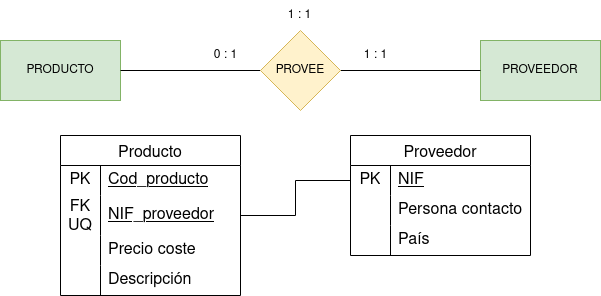
IsaiasTolP/Base-Datos keeps this draw.io diagram as Unidad-2/Modelo-MR/Entregables/entregable-1/images/entregable-1-MR.drawio.png. Above is the earlier version. Source tidied: cells renumbered, new cells last; positions are measured from the earlier drawing's top-left corner, leaving out a move shared by most shapes.
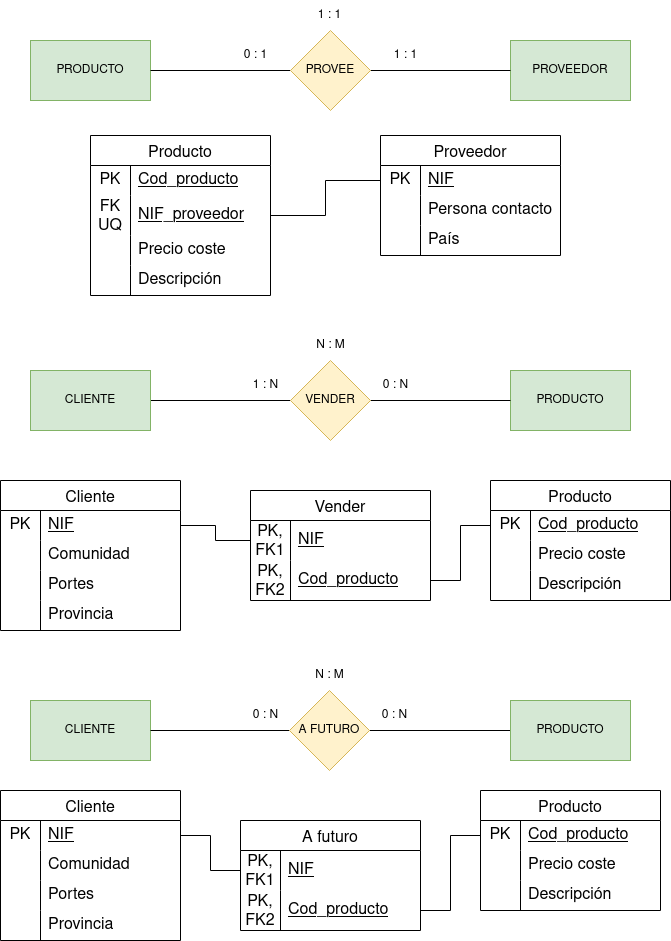
Later version of the same file.

The edit, as a diff of the source:
```diff
@@ -98,5 +98,245 @@
     <mxCell id="33" style="edgeStyle=orthogonalEdgeStyle;rounded=0;jettySize=auto;html=1;exitX=0;exitY=0.5;exitDx=0;exitDy=0;entryX=1;entryY=0.5;entryDx=0;entryDy=0;endArrow=none;endFill=0;" parent="1" edge="1" source="24" target="6">
       <mxGeometry relative="1" as="geometry" />
     </mxCell>
+    <mxCell id="34" style="edgeStyle=orthogonalEdgeStyle;rounded=0;jettySize=auto;html=1;entryX=0;entryY=0.5;entryDx=0;entryDy=0;endArrow=none;endFill=0;" parent="1" edge="1" source="35" target="38">
+      <mxGeometry relative="1" as="geometry" />
+    </mxCell>
+    <mxCell id="35" value="CLIENTE" style="rounded=0;whiteSpace=wrap;html=1;fillColor=#d5e8d4;strokeColor=#82b366;" parent="1" vertex="1">
+      <mxGeometry y="370" width="120" height="60" as="geometry" />
+    </mxCell>
+    <mxCell id="36" value="PRODUCTO" style="rounded=0;whiteSpace=wrap;html=1;fillColor=#d5e8d4;strokeColor=#82b366;" parent="1" vertex="1">
+      <mxGeometry x="480" y="370" width="120" height="60" as="geometry" />
+    </mxCell>
+    <mxCell id="37" style="edgeStyle=orthogonalEdgeStyle;rounded=0;jettySize=auto;html=1;entryX=0;entryY=0.5;entryDx=0;entryDy=0;endArrow=none;endFill=0;" parent="1" edge="1" source="38" target="36">
+      <mxGeometry relative="1" as="geometry" />
+    </mxCell>
+    <mxCell id="38" value="VENDER" style="rhombus;whiteSpace=wrap;html=1;fillColor=#fff2cc;strokeColor=#d6b656;" parent="1" vertex="1">
+      <mxGeometry x="260" y="360" width="80" height="80" as="geometry" />
+    </mxCell>
+    <mxCell id="39" value="1 : N" style="text;html=1;align=center;verticalAlign=middle;strokeColor=none;fillColor=none;" parent="1" vertex="1">
+      <mxGeometry x="210" y="370" width="50" height="30" as="geometry" />
+    </mxCell>
+    <mxCell id="40" value="0 : N" style="text;html=1;align=center;verticalAlign=middle;strokeColor=none;fillColor=none;" parent="1" vertex="1">
+      <mxGeometry x="340" y="370" width="50" height="30" as="geometry" />
+    </mxCell>
+    <mxCell id="41" value="N : M" style="text;html=1;align=center;verticalAlign=middle;strokeColor=none;fillColor=none;" parent="1" vertex="1">
+      <mxGeometry x="275" y="330" width="50" height="30" as="geometry" />
+    </mxCell>
+    <mxCell id="42" value="Cliente" style="shape=table;startSize=30;rowLines=0;fontStyle=0;strokeColor=default;fontSize=16;" parent="1" vertex="1">
+      <mxGeometry x="-30" y="480" width="180" height="150" as="geometry" />
+    </mxCell>
+    <mxCell id="43" style="shape=tableRow;horizontal=0;startSize=0;swimlaneHead=0;swimlaneBody=0;top=0;left=0;bottom=0;right=0;fillColor=none;points=[[0,0.5],[1,0.5]];portConstraint=eastwest;strokeColor=inherit;fontSize=16;" parent="42" vertex="1">
+      <mxGeometry y="30" width="180" height="30" as="geometry" />
+    </mxCell>
+    <mxCell id="44" value="PK" style="shape=partialRectangle;html=1;whiteSpace=wrap;fillColor=none;top=0;left=0;bottom=0;right=0;overflow=hidden;strokeColor=inherit;fontSize=16;" parent="43" vertex="1">
+      <mxGeometry width="40" height="30" as="geometry" />
+    </mxCell>
+    <mxCell id="45" value="NIF" style="shape=partialRectangle;html=1;whiteSpace=wrap;fillColor=none;top=0;left=0;bottom=0;right=0;align=left;spacingLeft=6;overflow=hidden;strokeColor=inherit;fontSize=16;fontStyle=4;" parent="43" vertex="1">
+      <mxGeometry x="40" width="140" height="30" as="geometry" />
+    </mxCell>
+    <mxCell id="46" style="shape=tableRow;horizontal=0;startSize=0;swimlaneHead=0;swimlaneBody=0;top=0;left=0;bottom=0;right=0;fillColor=none;strokeColor=inherit;fontSize=16;" parent="42" vertex="1">
+      <mxGeometry y="60" width="180" height="30" as="geometry" />
+    </mxCell>
+    <mxCell id="47" style="shape=partialRectangle;html=1;whiteSpace=wrap;fillColor=none;top=0;left=0;bottom=0;right=0;overflow=hidden;strokeColor=inherit;fontSize=16;" parent="46" vertex="1">
+      <mxGeometry width="40" height="30" as="geometry" />
+    </mxCell>
+    <mxCell id="48" value="Comunidad" style="shape=partialRectangle;html=1;whiteSpace=wrap;fillColor=none;top=0;left=0;bottom=0;right=0;align=left;spacingLeft=6;overflow=hidden;strokeColor=inherit;fontSize=16;" parent="46" vertex="1">
+      <mxGeometry x="40" width="140" height="30" as="geometry" />
+    </mxCell>
+    <mxCell id="49" style="shape=tableRow;horizontal=0;startSize=0;swimlaneHead=0;swimlaneBody=0;top=0;left=0;bottom=0;right=0;fillColor=none;strokeColor=inherit;fontSize=16;" parent="42" vertex="1">
+      <mxGeometry y="90" width="180" height="30" as="geometry" />
+    </mxCell>
+    <mxCell id="50" style="shape=partialRectangle;html=1;whiteSpace=wrap;fillColor=none;top=0;left=0;bottom=0;right=0;overflow=hidden;strokeColor=inherit;fontSize=16;" parent="49" vertex="1">
+      <mxGeometry width="40" height="30" as="geometry" />
+    </mxCell>
+    <mxCell id="51" value="Portes" style="shape=partialRectangle;html=1;whiteSpace=wrap;fillColor=none;top=0;left=0;bottom=0;right=0;align=left;spacingLeft=6;overflow=hidden;strokeColor=inherit;fontSize=16;" parent="49" vertex="1">
+      <mxGeometry x="40" width="140" height="30" as="geometry" />
+    </mxCell>
+    <mxCell id="52" style="shape=tableRow;horizontal=0;startSize=0;swimlaneHead=0;swimlaneBody=0;top=0;left=0;bottom=0;right=0;fillColor=none;strokeColor=inherit;fontSize=16;" parent="42" vertex="1">
+      <mxGeometry y="120" width="180" height="30" as="geometry" />
+    </mxCell>
+    <mxCell id="53" style="shape=partialRectangle;html=1;whiteSpace=wrap;fillColor=none;top=0;left=0;bottom=0;right=0;overflow=hidden;strokeColor=inherit;fontSize=16;" parent="52" vertex="1">
+      <mxGeometry width="40" height="30" as="geometry" />
+    </mxCell>
+    <mxCell id="54" value="Provincia" style="shape=partialRectangle;html=1;whiteSpace=wrap;fillColor=none;top=0;left=0;bottom=0;right=0;align=left;spacingLeft=6;overflow=hidden;strokeColor=inherit;fontSize=16;" parent="52" vertex="1">
+      <mxGeometry x="40" width="140" height="30" as="geometry" />
+    </mxCell>
+    <mxCell id="55" value="Producto" style="shape=table;startSize=30;rowLines=0;fontStyle=0;strokeColor=default;fontSize=16;" parent="1" vertex="1">
+      <mxGeometry x="460" y="480" width="180" height="120" as="geometry" />
+    </mxCell>
+    <mxCell id="56" style="shape=tableRow;horizontal=0;startSize=0;swimlaneHead=0;swimlaneBody=0;top=0;left=0;bottom=0;right=0;fillColor=none;points=[[0,0.5],[1,0.5]];portConstraint=eastwest;strokeColor=inherit;fontSize=16;" parent="55" vertex="1">
+      <mxGeometry y="30" width="180" height="30" as="geometry" />
+    </mxCell>
+    <mxCell id="57" value="PK" style="shape=partialRectangle;html=1;whiteSpace=wrap;fillColor=none;top=0;left=0;bottom=0;right=0;overflow=hidden;strokeColor=inherit;fontSize=16;" parent="56" vertex="1">
+      <mxGeometry width="40" height="30" as="geometry" />
+    </mxCell>
+    <mxCell id="58" value="Cod_producto" style="shape=partialRectangle;html=1;whiteSpace=wrap;fillColor=none;top=0;left=0;bottom=0;right=0;align=left;spacingLeft=6;overflow=hidden;strokeColor=inherit;fontSize=16;fontStyle=4;" parent="56" vertex="1">
+      <mxGeometry x="40" width="140" height="30" as="geometry" />
+    </mxCell>
+    <mxCell id="59" style="shape=tableRow;horizontal=0;startSize=0;swimlaneHead=0;swimlaneBody=0;top=0;left=0;bottom=0;right=0;fillColor=none;strokeColor=inherit;fontSize=16;" parent="55" vertex="1">
+      <mxGeometry y="60" width="180" height="30" as="geometry" />
+    </mxCell>
+    <mxCell id="60" style="shape=partialRectangle;html=1;whiteSpace=wrap;fillColor=none;top=0;left=0;bottom=0;right=0;overflow=hidden;strokeColor=inherit;fontSize=16;" parent="59" vertex="1">
+      <mxGeometry width="40" height="30" as="geometry" />
+    </mxCell>
+    <mxCell id="61" value="Precio coste" style="shape=partialRectangle;html=1;whiteSpace=wrap;fillColor=none;top=0;left=0;bottom=0;right=0;align=left;spacingLeft=6;overflow=hidden;strokeColor=inherit;fontSize=16;" parent="59" vertex="1">
+      <mxGeometry x="40" width="140" height="30" as="geometry" />
+    </mxCell>
+    <mxCell id="62" style="shape=tableRow;horizontal=0;startSize=0;swimlaneHead=0;swimlaneBody=0;top=0;left=0;bottom=0;right=0;fillColor=none;strokeColor=inherit;fontSize=16;" parent="55" vertex="1">
+      <mxGeometry y="90" width="180" height="30" as="geometry" />
+    </mxCell>
+    <mxCell id="63" style="shape=partialRectangle;html=1;whiteSpace=wrap;fillColor=none;top=0;left=0;bottom=0;right=0;overflow=hidden;strokeColor=inherit;fontSize=16;" parent="62" vertex="1">
+      <mxGeometry width="40" height="30" as="geometry" />
+    </mxCell>
+    <mxCell id="64" value="Descripción" style="shape=partialRectangle;html=1;whiteSpace=wrap;fillColor=none;top=0;left=0;bottom=0;right=0;align=left;spacingLeft=6;overflow=hidden;strokeColor=inherit;fontSize=16;" parent="62" vertex="1">
+      <mxGeometry x="40" width="140" height="30" as="geometry" />
+    </mxCell>
+    <mxCell id="65" style="edgeStyle=orthogonalEdgeStyle;rounded=0;jettySize=auto;html=1;exitX=1;exitY=0.5;exitDx=0;exitDy=0;entryX=0;entryY=0.5;entryDx=0;entryDy=0;endArrow=none;endFill=0;" parent="1" edge="1" source="43" target="67">
+      <mxGeometry relative="1" as="geometry" />
+    </mxCell>
+    <mxCell id="66" value="Vender" style="shape=table;startSize=30;rowLines=0;fontStyle=0;strokeColor=default;fontSize=16;" parent="1" vertex="1">
+      <mxGeometry x="220" y="490" width="180" height="110" as="geometry" />
+    </mxCell>
+    <mxCell id="67" style="shape=tableRow;horizontal=0;startSize=0;swimlaneHead=0;swimlaneBody=0;top=0;left=0;bottom=0;right=0;fillColor=none;points=[[0,0.5],[1,0.5]];portConstraint=eastwest;strokeColor=inherit;fontSize=16;" parent="66" vertex="1">
+      <mxGeometry y="30" width="180" height="40" as="geometry" />
+    </mxCell>
+    <mxCell id="68" value="PK, FK1" style="shape=partialRectangle;html=1;whiteSpace=wrap;fillColor=none;top=0;left=0;bottom=0;right=0;overflow=hidden;strokeColor=inherit;fontSize=16;" parent="67" vertex="1">
+      <mxGeometry width="40" height="40" as="geometry" />
+    </mxCell>
+    <mxCell id="69" value="NIF" style="shape=partialRectangle;html=1;whiteSpace=wrap;fillColor=none;top=0;left=0;bottom=0;right=0;align=left;spacingLeft=6;overflow=hidden;strokeColor=inherit;fontSize=16;fontStyle=4;" parent="67" vertex="1">
+      <mxGeometry x="40" width="140" height="40" as="geometry" />
+    </mxCell>
+    <mxCell id="70" style="shape=tableRow;horizontal=0;startSize=0;swimlaneHead=0;swimlaneBody=0;top=0;left=0;bottom=0;right=0;fillColor=none;points=[[0,0.5],[1,0.5]];portConstraint=eastwest;strokeColor=inherit;fontSize=16;" parent="66" vertex="1">
+      <mxGeometry y="70" width="180" height="40" as="geometry" />
+    </mxCell>
+    <mxCell id="71" value="PK, FK2" style="shape=partialRectangle;html=1;whiteSpace=wrap;fillColor=none;top=0;left=0;bottom=0;right=0;overflow=hidden;strokeColor=inherit;fontSize=16;" parent="70" vertex="1">
+      <mxGeometry width="40" height="40" as="geometry" />
+    </mxCell>
+    <mxCell id="72" value="Cod_producto" style="shape=partialRectangle;html=1;whiteSpace=wrap;fillColor=none;top=0;left=0;bottom=0;right=0;align=left;spacingLeft=6;overflow=hidden;strokeColor=inherit;fontSize=16;fontStyle=4;" parent="70" vertex="1">
+      <mxGeometry x="40" width="140" height="40" as="geometry" />
+    </mxCell>
+    <mxCell id="73" value="CLIENTE" style="rounded=0;whiteSpace=wrap;html=1;fillColor=#d5e8d4;strokeColor=#82b366;" parent="1" vertex="1">
+      <mxGeometry y="700" width="120" height="60" as="geometry" />
+    </mxCell>
+    <mxCell id="74" style="edgeStyle=orthogonalEdgeStyle;rounded=0;jettySize=auto;html=1;exitX=0;exitY=0.5;exitDx=0;exitDy=0;entryX=1;entryY=0.5;entryDx=0;entryDy=0;endArrow=none;endFill=0;" parent="1" edge="1" source="76" target="73">
+      <mxGeometry relative="1" as="geometry" />
+    </mxCell>
+    <mxCell id="75" style="edgeStyle=orthogonalEdgeStyle;rounded=0;jettySize=auto;html=1;exitX=1;exitY=0.5;exitDx=0;exitDy=0;entryX=0;entryY=0.5;entryDx=0;entryDy=0;endArrow=none;endFill=0;" parent="1" edge="1" source="76" target="77">
+      <mxGeometry relative="1" as="geometry" />
+    </mxCell>
+    <mxCell id="76" value="A FUTURO" style="rhombus;whiteSpace=wrap;html=1;fillColor=#fff2cc;strokeColor=#d6b656;" parent="1" vertex="1">
+      <mxGeometry x="259" y="690" width="80" height="80" as="geometry" />
+    </mxCell>
+    <mxCell id="77" value="PRODUCTO" style="rounded=0;whiteSpace=wrap;html=1;fillColor=#d5e8d4;strokeColor=#82b366;" parent="1" vertex="1">
+      <mxGeometry x="480" y="700" width="120" height="60" as="geometry" />
+    </mxCell>
+    <mxCell id="78" value="0 : N" style="text;html=1;align=center;verticalAlign=middle;strokeColor=none;fillColor=none;" parent="1" vertex="1">
+      <mxGeometry x="210" y="700" width="50" height="30" as="geometry" />
+    </mxCell>
+    <mxCell id="79" value="0 : N" style="text;html=1;align=center;verticalAlign=middle;strokeColor=none;fillColor=none;" parent="1" vertex="1">
+      <mxGeometry x="339" y="700" width="50" height="30" as="geometry" />
+    </mxCell>
+    <mxCell id="80" value="N : M" style="text;html=1;align=center;verticalAlign=middle;strokeColor=none;fillColor=none;" parent="1" vertex="1">
+      <mxGeometry x="274" y="660" width="50" height="30" as="geometry" />
+    </mxCell>
+    <mxCell id="81" value="Cliente" style="shape=table;startSize=30;rowLines=0;fontStyle=0;strokeColor=default;fontSize=16;" parent="1" vertex="1">
+      <mxGeometry x="-30" y="790" width="180" height="150" as="geometry" />
+    </mxCell>
+    <mxCell id="82" style="shape=tableRow;horizontal=0;startSize=0;swimlaneHead=0;swimlaneBody=0;top=0;left=0;bottom=0;right=0;fillColor=none;points=[[0,0.5],[1,0.5]];portConstraint=eastwest;strokeColor=inherit;fontSize=16;" parent="81" vertex="1">
+      <mxGeometry y="30" width="180" height="30" as="geometry" />
+    </mxCell>
+    <mxCell id="83" value="PK" style="shape=partialRectangle;html=1;whiteSpace=wrap;fillColor=none;top=0;left=0;bottom=0;right=0;overflow=hidden;strokeColor=inherit;fontSize=16;" parent="82" vertex="1">
+      <mxGeometry width="40" height="30" as="geometry" />
+    </mxCell>
+    <mxCell id="84" value="NIF" style="shape=partialRectangle;html=1;whiteSpace=wrap;fillColor=none;top=0;left=0;bottom=0;right=0;align=left;spacingLeft=6;overflow=hidden;strokeColor=inherit;fontSize=16;fontStyle=4;" parent="82" vertex="1">
+      <mxGeometry x="40" width="140" height="30" as="geometry" />
+    </mxCell>
+    <mxCell id="85" style="shape=tableRow;horizontal=0;startSize=0;swimlaneHead=0;swimlaneBody=0;top=0;left=0;bottom=0;right=0;fillColor=none;strokeColor=inherit;fontSize=16;" parent="81" vertex="1">
+      <mxGeometry y="60" width="180" height="30" as="geometry" />
+    </mxCell>
+    <mxCell id="86" style="shape=partialRectangle;html=1;whiteSpace=wrap;fillColor=none;top=0;left=0;bottom=0;right=0;overflow=hidden;strokeColor=inherit;fontSize=16;" parent="85" vertex="1">
+      <mxGeometry width="40" height="30" as="geometry" />
+    </mxCell>
+    <mxCell id="87" value="Comunidad" style="shape=partialRectangle;html=1;whiteSpace=wrap;fillColor=none;top=0;left=0;bottom=0;right=0;align=left;spacingLeft=6;overflow=hidden;strokeColor=inherit;fontSize=16;" parent="85" vertex="1">
+      <mxGeometry x="40" width="140" height="30" as="geometry" />
+    </mxCell>
+    <mxCell id="88" style="shape=tableRow;horizontal=0;startSize=0;swimlaneHead=0;swimlaneBody=0;top=0;left=0;bottom=0;right=0;fillColor=none;strokeColor=inherit;fontSize=16;" parent="81" vertex="1">
+      <mxGeometry y="90" width="180" height="30" as="geometry" />
+    </mxCell>
+    <mxCell id="89" style="shape=partialRectangle;html=1;whiteSpace=wrap;fillColor=none;top=0;left=0;bottom=0;right=0;overflow=hidden;strokeColor=inherit;fontSize=16;" parent="88" vertex="1">
+      <mxGeometry width="40" height="30" as="geometry" />
+    </mxCell>
+    <mxCell id="90" value="Portes" style="shape=partialRectangle;html=1;whiteSpace=wrap;fillColor=none;top=0;left=0;bottom=0;right=0;align=left;spacingLeft=6;overflow=hidden;strokeColor=inherit;fontSize=16;" parent="88" vertex="1">
+      <mxGeometry x="40" width="140" height="30" as="geometry" />
+    </mxCell>
+    <mxCell id="91" style="shape=tableRow;horizontal=0;startSize=0;swimlaneHead=0;swimlaneBody=0;top=0;left=0;bottom=0;right=0;fillColor=none;strokeColor=inherit;fontSize=16;" parent="81" vertex="1">
+      <mxGeometry y="120" width="180" height="30" as="geometry" />
+    </mxCell>
+    <mxCell id="92" style="shape=partialRectangle;html=1;whiteSpace=wrap;fillColor=none;top=0;left=0;bottom=0;right=0;overflow=hidden;strokeColor=inherit;fontSize=16;" parent="91" vertex="1">
+      <mxGeometry width="40" height="30" as="geometry" />
+    </mxCell>
+    <mxCell id="93" value="Provincia" style="shape=partialRectangle;html=1;whiteSpace=wrap;fillColor=none;top=0;left=0;bottom=0;right=0;align=left;spacingLeft=6;overflow=hidden;strokeColor=inherit;fontSize=16;" parent="91" vertex="1">
+      <mxGeometry x="40" width="140" height="30" as="geometry" />
+    </mxCell>
+    <mxCell id="94" value="Producto" style="shape=table;startSize=30;rowLines=0;fontStyle=0;strokeColor=default;fontSize=16;" parent="1" vertex="1">
+      <mxGeometry x="450" y="790" width="180" height="120" as="geometry" />
+    </mxCell>
+    <mxCell id="95" style="shape=tableRow;horizontal=0;startSize=0;swimlaneHead=0;swimlaneBody=0;top=0;left=0;bottom=0;right=0;fillColor=none;points=[[0,0.5],[1,0.5]];portConstraint=eastwest;strokeColor=inherit;fontSize=16;" parent="94" vertex="1">
+      <mxGeometry y="30" width="180" height="30" as="geometry" />
+    </mxCell>
+    <mxCell id="96" value="PK" style="shape=partialRectangle;html=1;whiteSpace=wrap;fillColor=none;top=0;left=0;bottom=0;right=0;overflow=hidden;strokeColor=inherit;fontSize=16;" parent="95" vertex="1">
+      <mxGeometry width="40" height="30" as="geometry" />
+    </mxCell>
+    <mxCell id="97" value="&lt;u&gt;Cod_producto&lt;/u&gt;" style="shape=partialRectangle;html=1;whiteSpace=wrap;fillColor=none;top=0;left=0;bottom=0;right=0;align=left;spacingLeft=6;overflow=hidden;strokeColor=inherit;fontSize=16;" parent="95" vertex="1">
+      <mxGeometry x="40" width="140" height="30" as="geometry" />
+    </mxCell>
+    <mxCell id="98" style="shape=tableRow;horizontal=0;startSize=0;swimlaneHead=0;swimlaneBody=0;top=0;left=0;bottom=0;right=0;fillColor=none;strokeColor=inherit;fontSize=16;" parent="94" vertex="1">
+      <mxGeometry y="60" width="180" height="30" as="geometry" />
+    </mxCell>
+    <mxCell id="99" style="shape=partialRectangle;html=1;whiteSpace=wrap;fillColor=none;top=0;left=0;bottom=0;right=0;overflow=hidden;strokeColor=inherit;fontSize=16;" parent="98" vertex="1">
+      <mxGeometry width="40" height="30" as="geometry" />
+    </mxCell>
+    <mxCell id="100" value="Precio coste" style="shape=partialRectangle;html=1;whiteSpace=wrap;fillColor=none;top=0;left=0;bottom=0;right=0;align=left;spacingLeft=6;overflow=hidden;strokeColor=inherit;fontSize=16;" parent="98" vertex="1">
+      <mxGeometry x="40" width="140" height="30" as="geometry" />
+    </mxCell>
+    <mxCell id="101" style="shape=tableRow;horizontal=0;startSize=0;swimlaneHead=0;swimlaneBody=0;top=0;left=0;bottom=0;right=0;fillColor=none;strokeColor=inherit;fontSize=16;" parent="94" vertex="1">
+      <mxGeometry y="90" width="180" height="30" as="geometry" />
+    </mxCell>
+    <mxCell id="102" style="shape=partialRectangle;html=1;whiteSpace=wrap;fillColor=none;top=0;left=0;bottom=0;right=0;overflow=hidden;strokeColor=inherit;fontSize=16;" parent="101" vertex="1">
+      <mxGeometry width="40" height="30" as="geometry" />
+    </mxCell>
+    <mxCell id="103" value="Descripción" style="shape=partialRectangle;html=1;whiteSpace=wrap;fillColor=none;top=0;left=0;bottom=0;right=0;align=left;spacingLeft=6;overflow=hidden;strokeColor=inherit;fontSize=16;" parent="101" vertex="1">
+      <mxGeometry x="40" width="140" height="30" as="geometry" />
+    </mxCell>
+    <mxCell id="104" style="edgeStyle=orthogonalEdgeStyle;rounded=0;jettySize=auto;html=1;exitX=0;exitY=0.5;exitDx=0;exitDy=0;entryX=1;entryY=0.5;entryDx=0;entryDy=0;endArrow=none;endFill=0;" parent="1" edge="1" source="56" target="70">
+      <mxGeometry relative="1" as="geometry" />
+    </mxCell>
+    <mxCell id="105" value="A futuro" style="shape=table;startSize=30;rowLines=0;fontStyle=0;strokeColor=default;fontSize=16;" parent="1" vertex="1">
+      <mxGeometry x="210" y="820" width="180" height="110" as="geometry" />
+    </mxCell>
+    <mxCell id="106" style="shape=tableRow;horizontal=0;startSize=0;swimlaneHead=0;swimlaneBody=0;top=0;left=0;bottom=0;right=0;fillColor=none;points=[[0,0.5],[1,0.5]];portConstraint=eastwest;strokeColor=inherit;fontSize=16;" parent="105" vertex="1">
+      <mxGeometry y="30" width="180" height="40" as="geometry" />
+    </mxCell>
+    <mxCell id="107" value="PK, FK1" style="shape=partialRectangle;html=1;whiteSpace=wrap;fillColor=none;top=0;left=0;bottom=0;right=0;overflow=hidden;strokeColor=inherit;fontSize=16;" parent="106" vertex="1">
+      <mxGeometry width="40" height="40" as="geometry" />
+    </mxCell>
+    <mxCell id="108" value="&lt;u&gt;NIF&lt;/u&gt;" style="shape=partialRectangle;html=1;whiteSpace=wrap;fillColor=none;top=0;left=0;bottom=0;right=0;align=left;spacingLeft=6;overflow=hidden;strokeColor=inherit;fontSize=16;" parent="106" vertex="1">
+      <mxGeometry x="40" width="140" height="40" as="geometry" />
+    </mxCell>
+    <mxCell id="109" style="shape=tableRow;horizontal=0;startSize=0;swimlaneHead=0;swimlaneBody=0;top=0;left=0;bottom=0;right=0;fillColor=none;points=[[0,0.5],[1,0.5]];portConstraint=eastwest;strokeColor=inherit;fontSize=16;" parent="105" vertex="1">
+      <mxGeometry y="70" width="180" height="40" as="geometry" />
+    </mxCell>
+    <mxCell id="110" value="PK, FK2" style="shape=partialRectangle;html=1;whiteSpace=wrap;fillColor=none;top=0;left=0;bottom=0;right=0;overflow=hidden;strokeColor=inherit;fontSize=16;" parent="109" vertex="1">
+      <mxGeometry width="40" height="40" as="geometry" />
+    </mxCell>
+    <mxCell id="111" value="&lt;u&gt;Cod_producto&lt;/u&gt;" style="shape=partialRectangle;html=1;whiteSpace=wrap;fillColor=none;top=0;left=0;bottom=0;right=0;align=left;spacingLeft=6;overflow=hidden;strokeColor=inherit;fontSize=16;" parent="109" vertex="1">
+      <mxGeometry x="40" width="140" height="40" as="geometry" />
+    </mxCell>
+    <mxCell id="112" style="edgeStyle=orthogonalEdgeStyle;rounded=0;jettySize=auto;html=1;exitX=1;exitY=0.5;exitDx=0;exitDy=0;entryX=0;entryY=0.5;entryDx=0;entryDy=0;endArrow=none;endFill=0;" parent="1" edge="1" source="82" target="106">
+      <mxGeometry relative="1" as="geometry" />
+    </mxCell>
+    <mxCell id="113" style="edgeStyle=orthogonalEdgeStyle;rounded=0;jettySize=auto;html=1;exitX=0;exitY=0.5;exitDx=0;exitDy=0;entryX=1;entryY=0.5;entryDx=0;entryDy=0;endArrow=none;endFill=0;" parent="1" edge="1" source="95" target="109">
+      <mxGeometry relative="1" as="geometry" />
+    </mxCell>
   </root>
 </mxGraphModel>
```
